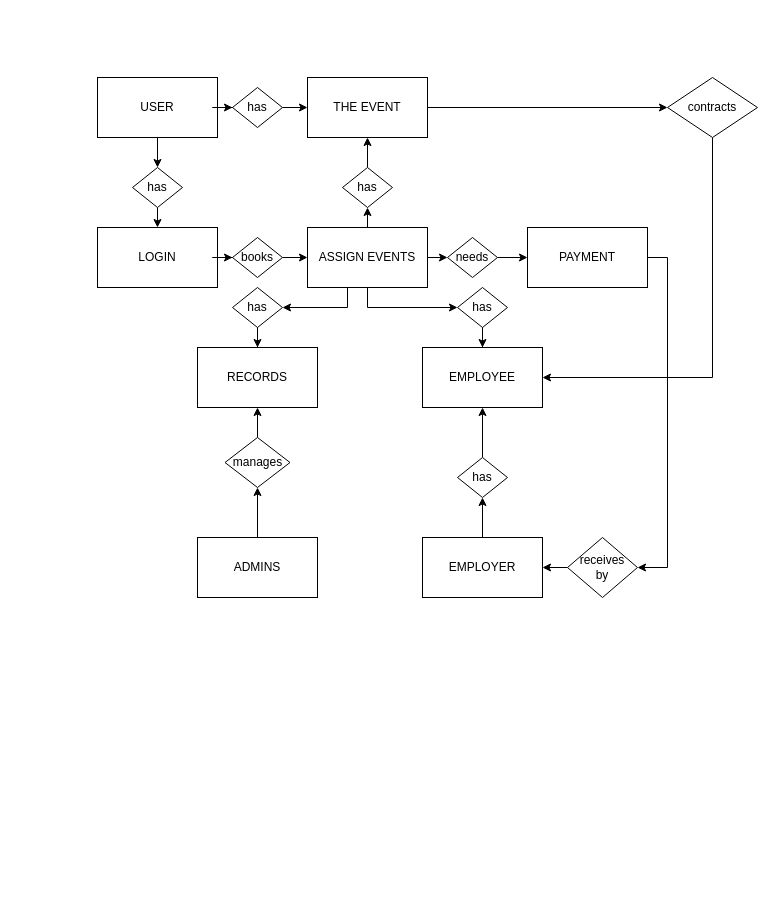
Before: data model group.drawio in julieeesy/data_modelling_workshop, a draw.io diagram. Source tidied: cells renumbered, new cells numbered last; positions are measured from the earlier drawing's top-left corner, leaving out a move shared by most shapes. Both pictures are drawn from the tidied source at 100%, with x=0, y=0 at pixel (97, 77).
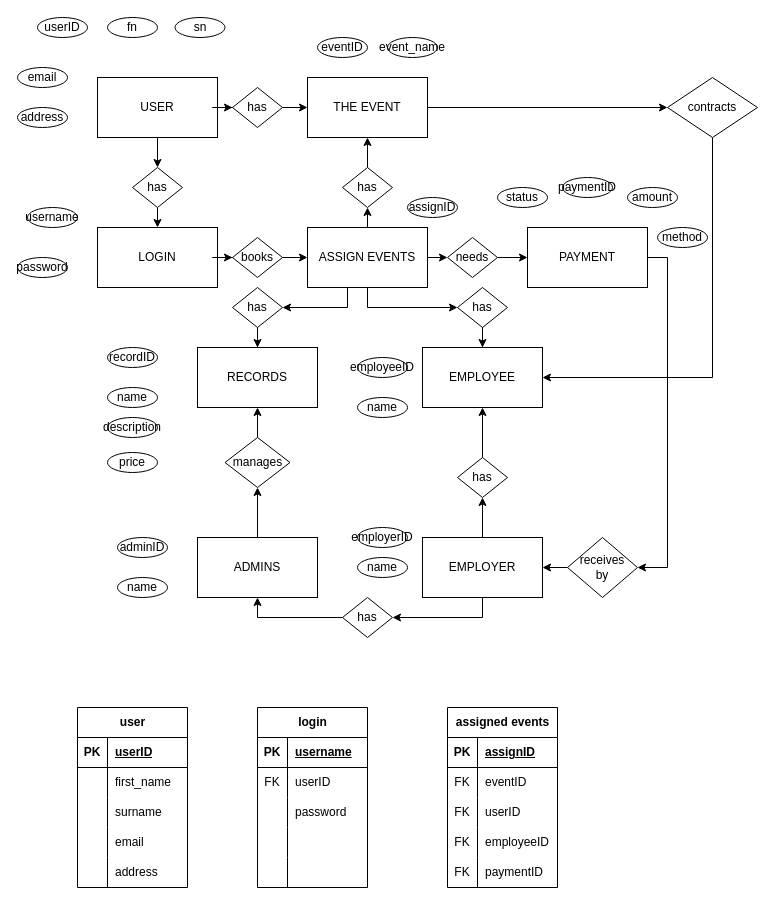
Above is the later version.

Unchanged cells that the change refers to:
```xml
<mxCell id="14" value="ADMINS" style="rounded=0;whiteSpace=wrap;html=1;" parent="1" vertex="1">
  <mxGeometry x="100" y="460" width="120" height="60" as="geometry" />
</mxCell>
<mxCell id="21" value="EMPLOYER" style="rounded=0;whiteSpace=wrap;html=1;" parent="1" vertex="1">
  <mxGeometry x="325" y="460" width="120" height="60" as="geometry" />
</mxCell>
```

What changed in the source:
```diff
@@
+    <mxCell id="44" style="edgeStyle=orthogonalEdgeStyle;rounded=0;jettySize=auto;html=1;entryX=0.5;entryY=1;entryDx=0;entryDy=0;" parent="1" edge="1" source="67" target="14">
+      <mxGeometry relative="1" as="geometry" />
+    </mxCell>
+    <mxCell id="45" style="edgeStyle=orthogonalEdgeStyle;rounded=0;jettySize=auto;html=1;entryX=1;entryY=0.5;entryDx=0;entryDy=0;" parent="1" edge="1" source="21" target="67">
+      <mxGeometry relative="1" as="geometry">
+        <Array as="points">
+          <mxPoint x="385" y="540" />
+        </Array>
+      </mxGeometry>
+    </mxCell>
@@
+    <mxCell id="46" value="userID" style="ellipse;whiteSpace=wrap;html=1;" parent="1" vertex="1">
+      <mxGeometry x="-60" y="-60" width="50" height="20" as="geometry" />
+    </mxCell>
+    <mxCell id="47" value="fn" style="ellipse;whiteSpace=wrap;html=1;" parent="1" vertex="1">
+      <mxGeometry x="10" y="-60" width="50" height="20" as="geometry" />
+    </mxCell>
+    <mxCell id="48" value="sn" style="ellipse;whiteSpace=wrap;html=1;" parent="1" vertex="1">
+      <mxGeometry x="77.5" y="-60" width="50" height="20" as="geometry" />
+    </mxCell>
+    <mxCell id="49" value="email" style="ellipse;whiteSpace=wrap;html=1;" parent="1" vertex="1">
+      <mxGeometry x="-80" y="-10" width="50" height="20" as="geometry" />
+    </mxCell>
+    <mxCell id="50" value="address" style="ellipse;whiteSpace=wrap;html=1;" parent="1" vertex="1">
+      <mxGeometry x="-80" y="30" width="50" height="20" as="geometry" />
+    </mxCell>
+    <mxCell id="51" value="username" style="ellipse;whiteSpace=wrap;html=1;" parent="1" vertex="1">
+      <mxGeometry x="-70" y="130" width="50" height="20" as="geometry" />
+    </mxCell>
+    <mxCell id="52" value="password" style="ellipse;whiteSpace=wrap;html=1;" parent="1" vertex="1">
+      <mxGeometry x="-80" y="180" width="50" height="20" as="geometry" />
+    </mxCell>
+    <mxCell id="53" value="eventID" style="ellipse;whiteSpace=wrap;html=1;" parent="1" vertex="1">
+      <mxGeometry x="220" y="-40" width="50" height="20" as="geometry" />
+    </mxCell>
+    <mxCell id="54" value="event_name" style="ellipse;whiteSpace=wrap;html=1;" parent="1" vertex="1">
+      <mxGeometry x="290" y="-40" width="50" height="20" as="geometry" />
+    </mxCell>
+    <mxCell id="55" value="paymentID" style="ellipse;whiteSpace=wrap;html=1;" parent="1" vertex="1">
+      <mxGeometry x="465" y="100" width="50" height="20" as="geometry" />
+    </mxCell>
+    <mxCell id="56" value="amount" style="ellipse;whiteSpace=wrap;html=1;" parent="1" vertex="1">
+      <mxGeometry x="530" y="110" width="50" height="20" as="geometry" />
+    </mxCell>
+    <mxCell id="57" value="status" style="ellipse;whiteSpace=wrap;html=1;" parent="1" vertex="1">
+      <mxGeometry x="400" y="110" width="50" height="20" as="geometry" />
+    </mxCell>
+    <mxCell id="58" value="method" style="ellipse;whiteSpace=wrap;html=1;" parent="1" vertex="1">
+      <mxGeometry x="560" y="150" width="50" height="20" as="geometry" />
+    </mxCell>
+    <mxCell id="59" value="employeeID" style="ellipse;whiteSpace=wrap;html=1;" parent="1" vertex="1">
+      <mxGeometry x="260" y="280" width="50" height="20" as="geometry" />
+    </mxCell>
+    <mxCell id="60" value="name" style="ellipse;whiteSpace=wrap;html=1;" parent="1" vertex="1">
+      <mxGeometry x="260" y="320" width="50" height="20" as="geometry" />
+    </mxCell>
+    <mxCell id="61" value="name" style="ellipse;whiteSpace=wrap;html=1;" parent="1" vertex="1">
+      <mxGeometry x="260" y="480" width="50" height="20" as="geometry" />
+    </mxCell>
+    <mxCell id="62" value="employerID" style="ellipse;whiteSpace=wrap;html=1;" parent="1" vertex="1">
+      <mxGeometry x="260" y="450" width="50" height="20" as="geometry" />
+    </mxCell>
+    <mxCell id="63" value="recordID" style="ellipse;whiteSpace=wrap;html=1;" parent="1" vertex="1">
+      <mxGeometry x="10" y="270" width="50" height="20" as="geometry" />
+    </mxCell>
+    <mxCell id="64" value="name" style="ellipse;whiteSpace=wrap;html=1;" parent="1" vertex="1">
+      <mxGeometry x="10" y="310" width="50" height="20" as="geometry" />
+    </mxCell>
+    <mxCell id="65" value="description" style="ellipse;whiteSpace=wrap;html=1;" parent="1" vertex="1">
+      <mxGeometry x="10" y="340" width="50" height="20" as="geometry" />
+    </mxCell>
+    <mxCell id="66" value="price" style="ellipse;whiteSpace=wrap;html=1;" parent="1" vertex="1">
+      <mxGeometry x="10" y="375" width="50" height="20" as="geometry" />
+    </mxCell>
+    <mxCell id="67" value="has" style="rhombus;whiteSpace=wrap;html=1;" parent="1" vertex="1">
+      <mxGeometry x="245" y="520" width="50" height="40" as="geometry" />
+    </mxCell>
+    <mxCell id="68" value="adminID" style="ellipse;whiteSpace=wrap;html=1;" parent="1" vertex="1">
+      <mxGeometry x="20" y="460" width="50" height="20" as="geometry" />
+    </mxCell>
+    <mxCell id="69" value="name" style="ellipse;whiteSpace=wrap;html=1;" parent="1" vertex="1">
+      <mxGeometry x="20" y="500" width="50" height="20" as="geometry" />
+    </mxCell>
+    <mxCell id="70" value="user" style="shape=table;startSize=30;childLayout=tableLayout;rowLines=0;fontStyle=1;align=center;html=1;" parent="1" vertex="1">
+      <mxGeometry x="-20" y="630" width="110" height="180" as="geometry" />
+    </mxCell>
+    <mxCell id="71" style="shape=tableRow;horizontal=0;startSize=0;swimlaneHead=0;swimlaneBody=0;fillColor=none;top=0;left=0;right=0;bottom=1;" parent="70" vertex="1">
+      <mxGeometry y="30" width="110" height="30" as="geometry" />
+    </mxCell>
+    <mxCell id="72" value="PK" style="shape=partialRectangle;fillColor=none;top=0;left=0;bottom=0;right=0;fontStyle=1;overflow=hidden;whiteSpace=wrap;html=1;" parent="71" vertex="1">
+      <mxGeometry width="30" height="30" as="geometry" />
+    </mxCell>
+    <mxCell id="73" value="userID" style="shape=partialRectangle;fillColor=none;top=0;left=0;bottom=0;right=0;align=left;spacingLeft=6;fontStyle=5;overflow=hidden;whiteSpace=wrap;html=1;" parent="71" vertex="1">
+      <mxGeometry x="30" width="80" height="30" as="geometry" />
+    </mxCell>
+    <mxCell id="74" style="shape=tableRow;horizontal=0;startSize=0;swimlaneHead=0;swimlaneBody=0;fillColor=none;top=0;left=0;right=0;bottom=0;" parent="70" vertex="1">
+      <mxGeometry y="60" width="110" height="30" as="geometry" />
+    </mxCell>
+    <mxCell id="75" style="shape=partialRectangle;fillColor=none;top=0;left=0;bottom=0;right=0;overflow=hidden;whiteSpace=wrap;html=1;" parent="74" vertex="1">
+      <mxGeometry width="30" height="30" as="geometry" />
+    </mxCell>
+    <mxCell id="76" value="first_name" style="shape=partialRectangle;fillColor=none;top=0;left=0;bottom=0;right=0;align=left;spacingLeft=6;overflow=hidden;whiteSpace=wrap;html=1;" parent="74" vertex="1">
+      <mxGeometry x="30" width="80" height="30" as="geometry" />
+    </mxCell>
+    <mxCell id="77" style="shape=tableRow;horizontal=0;startSize=0;swimlaneHead=0;swimlaneBody=0;fillColor=none;top=0;left=0;right=0;bottom=0;" parent="70" vertex="1">
+      <mxGeometry y="90" width="110" height="30" as="geometry" />
+    </mxCell>
+    <mxCell id="78" style="shape=partialRectangle;fillColor=none;top=0;left=0;bottom=0;right=0;overflow=hidden;whiteSpace=wrap;html=1;" parent="77" vertex="1">
+      <mxGeometry width="30" height="30" as="geometry" />
+    </mxCell>
+    <mxCell id="79" value="surname" style="shape=partialRectangle;fillColor=none;top=0;left=0;bottom=0;right=0;align=left;spacingLeft=6;overflow=hidden;whiteSpace=wrap;html=1;" parent="77" vertex="1">
+      <mxGeometry x="30" width="80" height="30" as="geometry" />
+    </mxCell>
+    <mxCell id="80" style="shape=tableRow;horizontal=0;startSize=0;swimlaneHead=0;swimlaneBody=0;fillColor=none;top=0;left=0;right=0;bottom=0;" parent="70" vertex="1">
+      <mxGeometry y="120" width="110" height="30" as="geometry" />
+    </mxCell>
+    <mxCell id="81" style="shape=partialRectangle;fillColor=none;top=0;left=0;bottom=0;right=0;overflow=hidden;whiteSpace=wrap;html=1;" parent="80" vertex="1">
+      <mxGeometry width="30" height="30" as="geometry" />
+    </mxCell>
+    <mxCell id="82" value="email" style="shape=partialRectangle;fillColor=none;top=0;left=0;bottom=0;right=0;align=left;spacingLeft=6;overflow=hidden;whiteSpace=wrap;html=1;" parent="80" vertex="1">
+      <mxGeometry x="30" width="80" height="30" as="geometry" />
+    </mxCell>
+    <mxCell id="83" style="shape=tableRow;horizontal=0;startSize=0;swimlaneHead=0;swimlaneBody=0;fillColor=none;top=0;left=0;right=0;bottom=0;" parent="70" vertex="1">
+      <mxGeometry y="150" width="110" height="30" as="geometry" />
+    </mxCell>
+    <mxCell id="84" style="shape=partialRectangle;fillColor=none;top=0;left=0;bottom=0;right=0;overflow=hidden;whiteSpace=wrap;html=1;" parent="83" vertex="1">
+      <mxGeometry width="30" height="30" as="geometry" />
+    </mxCell>
+    <mxCell id="85" value="address" style="shape=partialRectangle;fillColor=none;top=0;left=0;bottom=0;right=0;align=left;spacingLeft=6;overflow=hidden;whiteSpace=wrap;html=1;" parent="83" vertex="1">
+      <mxGeometry x="30" width="80" height="30" as="geometry" />
+    </mxCell>
+    <mxCell id="86" value="login" style="shape=table;startSize=30;childLayout=tableLayout;rowLines=0;fontStyle=1;align=center;html=1;" parent="1" vertex="1">
+      <mxGeometry x="160" y="630" width="110" height="180" as="geometry" />
+    </mxCell>
+    <mxCell id="87" style="shape=tableRow;horizontal=0;startSize=0;swimlaneHead=0;swimlaneBody=0;fillColor=none;top=0;left=0;right=0;bottom=1;" parent="86" vertex="1">
+      <mxGeometry y="30" width="110" height="30" as="geometry" />
+    </mxCell>
+    <mxCell id="88" value="PK" style="shape=partialRectangle;fillColor=none;top=0;left=0;bottom=0;right=0;fontStyle=1;overflow=hidden;whiteSpace=wrap;html=1;" parent="87" vertex="1">
+      <mxGeometry width="30" height="30" as="geometry" />
+    </mxCell>
+    <mxCell id="89" value="username" style="shape=partialRectangle;fillColor=none;top=0;left=0;bottom=0;right=0;align=left;spacingLeft=6;fontStyle=5;overflow=hidden;whiteSpace=wrap;html=1;" parent="87" vertex="1">
+      <mxGeometry x="30" width="80" height="30" as="geometry" />
+    </mxCell>
+    <mxCell id="90" style="shape=tableRow;horizontal=0;startSize=0;swimlaneHead=0;swimlaneBody=0;fillColor=none;top=0;left=0;right=0;bottom=0;" parent="86" vertex="1">
+      <mxGeometry y="60" width="110" height="30" as="geometry" />
+    </mxCell>
+    <mxCell id="91" value="FK" style="shape=partialRectangle;fillColor=none;top=0;left=0;bottom=0;right=0;overflow=hidden;whiteSpace=wrap;html=1;" parent="90" vertex="1">
+      <mxGeometry width="30" height="30" as="geometry" />
+    </mxCell>
+    <mxCell id="92" value="userID" style="shape=partialRectangle;fillColor=none;top=0;left=0;bottom=0;right=0;align=left;spacingLeft=6;overflow=hidden;whiteSpace=wrap;html=1;" parent="90" vertex="1">
+      <mxGeometry x="30" width="80" height="30" as="geometry" />
+    </mxCell>
+    <mxCell id="93" style="shape=tableRow;horizontal=0;startSize=0;swimlaneHead=0;swimlaneBody=0;fillColor=none;top=0;left=0;right=0;bottom=0;" parent="86" vertex="1">
+      <mxGeometry y="90" width="110" height="30" as="geometry" />
+    </mxCell>
+    <mxCell id="94" style="shape=partialRectangle;fillColor=none;top=0;left=0;bottom=0;right=0;overflow=hidden;whiteSpace=wrap;html=1;" parent="93" vertex="1">
+      <mxGeometry width="30" height="30" as="geometry" />
+    </mxCell>
+    <mxCell id="95" value="password" style="shape=partialRectangle;fillColor=none;top=0;left=0;bottom=0;right=0;align=left;spacingLeft=6;overflow=hidden;whiteSpace=wrap;html=1;" parent="93" vertex="1">
+      <mxGeometry x="30" width="80" height="30" as="geometry" />
+    </mxCell>
+    <mxCell id="96" style="shape=tableRow;horizontal=0;startSize=0;swimlaneHead=0;swimlaneBody=0;fillColor=none;top=0;left=0;right=0;bottom=0;" parent="86" vertex="1">
+      <mxGeometry y="120" width="110" height="30" as="geometry" />
+    </mxCell>
+    <mxCell id="97" style="shape=partialRectangle;fillColor=none;top=0;left=0;bottom=0;right=0;overflow=hidden;whiteSpace=wrap;html=1;" parent="96" vertex="1">
+      <mxGeometry width="30" height="30" as="geometry" />
+    </mxCell>
+    <mxCell id="98" style="shape=partialRectangle;fillColor=none;top=0;left=0;bottom=0;right=0;align=left;spacingLeft=6;overflow=hidden;whiteSpace=wrap;html=1;" parent="96" vertex="1">
+      <mxGeometry x="30" width="80" height="30" as="geometry" />
+    </mxCell>
+    <mxCell id="99" style="shape=tableRow;horizontal=0;startSize=0;swimlaneHead=0;swimlaneBody=0;fillColor=none;top=0;left=0;right=0;bottom=0;" parent="86" vertex="1">
+      <mxGeometry y="150" width="110" height="30" as="geometry" />
+    </mxCell>
+    <mxCell id="100" style="shape=partialRectangle;fillColor=none;top=0;left=0;bottom=0;right=0;overflow=hidden;whiteSpace=wrap;html=1;" parent="99" vertex="1">
+      <mxGeometry width="30" height="30" as="geometry" />
+    </mxCell>
+    <mxCell id="101" style="shape=partialRectangle;fillColor=none;top=0;left=0;bottom=0;right=0;align=left;spacingLeft=6;overflow=hidden;whiteSpace=wrap;html=1;" parent="99" vertex="1">
+      <mxGeometry x="30" width="80" height="30" as="geometry" />
+    </mxCell>
+    <mxCell id="102" value="assigned events" style="shape=table;startSize=30;childLayout=tableLayout;rowLines=0;fontStyle=1;align=center;html=1;" parent="1" vertex="1">
+      <mxGeometry x="350" y="630" width="110" height="180" as="geometry" />
+    </mxCell>
+    <mxCell id="103" style="shape=tableRow;horizontal=0;startSize=0;swimlaneHead=0;swimlaneBody=0;fillColor=none;top=0;left=0;right=0;bottom=1;" parent="102" vertex="1">
+      <mxGeometry y="30" width="110" height="30" as="geometry" />
+    </mxCell>
+    <mxCell id="104" value="PK" style="shape=partialRectangle;fillColor=none;top=0;left=0;bottom=0;right=0;fontStyle=1;overflow=hidden;whiteSpace=wrap;html=1;" parent="103" vertex="1">
+      <mxGeometry width="30" height="30" as="geometry" />
+    </mxCell>
+    <mxCell id="105" value="assignID" style="shape=partialRectangle;fillColor=none;top=0;left=0;bottom=0;right=0;align=left;spacingLeft=6;fontStyle=5;overflow=hidden;whiteSpace=wrap;html=1;" parent="103" vertex="1">
+      <mxGeometry x="30" width="80" height="30" as="geometry" />
+    </mxCell>
+    <mxCell id="106" style="shape=tableRow;horizontal=0;startSize=0;swimlaneHead=0;swimlaneBody=0;fillColor=none;top=0;left=0;right=0;bottom=0;" parent="102" vertex="1">
+      <mxGeometry y="60" width="110" height="30" as="geometry" />
+    </mxCell>
+    <mxCell id="107" value="FK" style="shape=partialRectangle;fillColor=none;top=0;left=0;bottom=0;right=0;overflow=hidden;whiteSpace=wrap;html=1;" parent="106" vertex="1">
+      <mxGeometry width="30" height="30" as="geometry" />
+    </mxCell>
+    <mxCell id="108" value="eventID" style="shape=partialRectangle;fillColor=none;top=0;left=0;bottom=0;right=0;align=left;spacingLeft=6;overflow=hidden;whiteSpace=wrap;html=1;" parent="106" vertex="1">
+      <mxGeometry x="30" width="80" height="30" as="geometry" />
+    </mxCell>
+    <mxCell id="109" style="shape=tableRow;horizontal=0;startSize=0;swimlaneHead=0;swimlaneBody=0;fillColor=none;top=0;left=0;right=0;bottom=0;" parent="102" vertex="1">
+      <mxGeometry y="90" width="110" height="30" as="geometry" />
+    </mxCell>
+    <mxCell id="110" value="FK" style="shape=partialRectangle;fillColor=none;top=0;left=0;bottom=0;right=0;overflow=hidden;whiteSpace=wrap;html=1;" parent="109" vertex="1">
+      <mxGeometry width="30" height="30" as="geometry" />
+    </mxCell>
+    <mxCell id="111" value="userID" style="shape=partialRectangle;fillColor=none;top=0;left=0;bottom=0;right=0;align=left;spacingLeft=6;overflow=hidden;whiteSpace=wrap;html=1;" parent="109" vertex="1">
+      <mxGeometry x="30" width="80" height="30" as="geometry" />
+    </mxCell>
+    <mxCell id="112" style="shape=tableRow;horizontal=0;startSize=0;swimlaneHead=0;swimlaneBody=0;fillColor=none;top=0;left=0;right=0;bottom=0;" parent="102" vertex="1">
+      <mxGeometry y="120" width="110" height="30" as="geometry" />
+    </mxCell>
+    <mxCell id="113" value="FK" style="shape=partialRectangle;fillColor=none;top=0;left=0;bottom=0;right=0;overflow=hidden;whiteSpace=wrap;html=1;" parent="112" vertex="1">
+      <mxGeometry width="30" height="30" as="geometry" />
+    </mxCell>
+    <mxCell id="114" value="employeeID" style="shape=partialRectangle;fillColor=none;top=0;left=0;bottom=0;right=0;align=left;spacingLeft=6;overflow=hidden;whiteSpace=wrap;html=1;" parent="112" vertex="1">
+      <mxGeometry x="30" width="80" height="30" as="geometry" />
+    </mxCell>
+    <mxCell id="115" style="shape=tableRow;horizontal=0;startSize=0;swimlaneHead=0;swimlaneBody=0;fillColor=none;top=0;left=0;right=0;bottom=0;" parent="102" vertex="1">
+      <mxGeometry y="150" width="110" height="30" as="geometry" />
+    </mxCell>
+    <mxCell id="116" value="FK" style="shape=partialRectangle;fillColor=none;top=0;left=0;bottom=0;right=0;overflow=hidden;whiteSpace=wrap;html=1;" parent="115" vertex="1">
+      <mxGeometry width="30" height="30" as="geometry" />
+    </mxCell>
+    <mxCell id="117" value="paymentID" style="shape=partialRectangle;fillColor=none;top=0;left=0;bottom=0;right=0;align=left;spacingLeft=6;overflow=hidden;whiteSpace=wrap;html=1;" parent="115" vertex="1">
+      <mxGeometry x="30" width="80" height="30" as="geometry" />
+    </mxCell>
+    <mxCell id="118" value="assignID" style="ellipse;whiteSpace=wrap;html=1;" parent="1" vertex="1">
+      <mxGeometry x="310" y="120" width="50" height="20" as="geometry" />
+    </mxCell>
```
